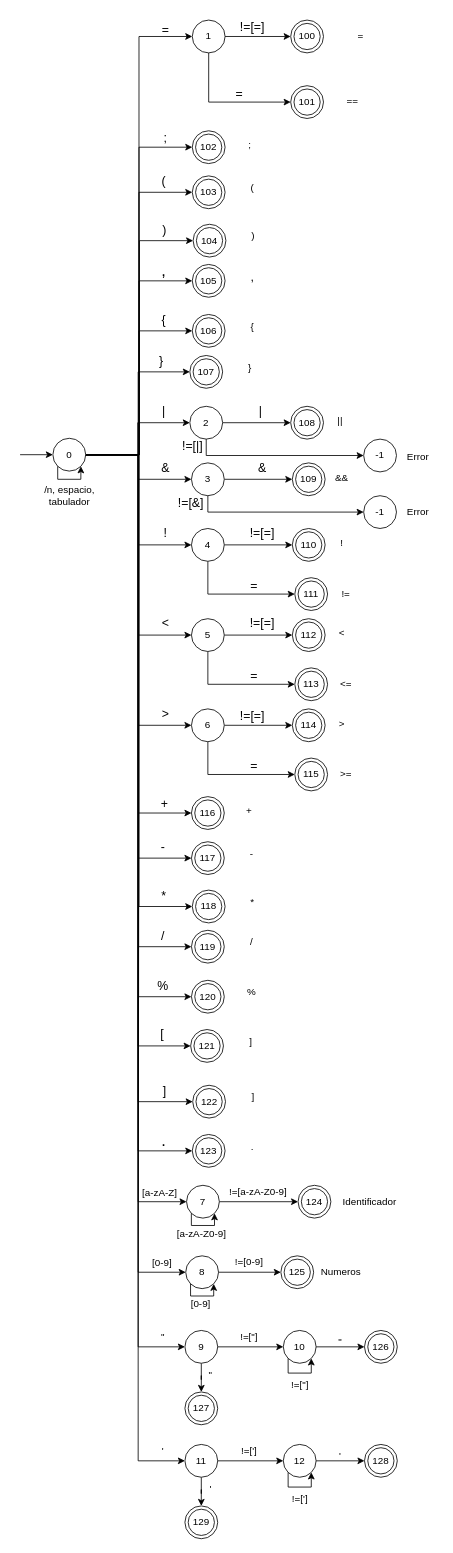
The draw.io diagram Documentos/AutomataLexico.drawio in AlejandroRdz29/Compiladores-AgoDic2025, before the edit. Source tidied: cells renumbered, new cells numbered last; positions are measured from the earlier drawing's top-left corner, leaving out a move shared by most shapes. Both pictures are drawn from the tidied source at 82%, with x=0, y=0 at pixel (20, 14).
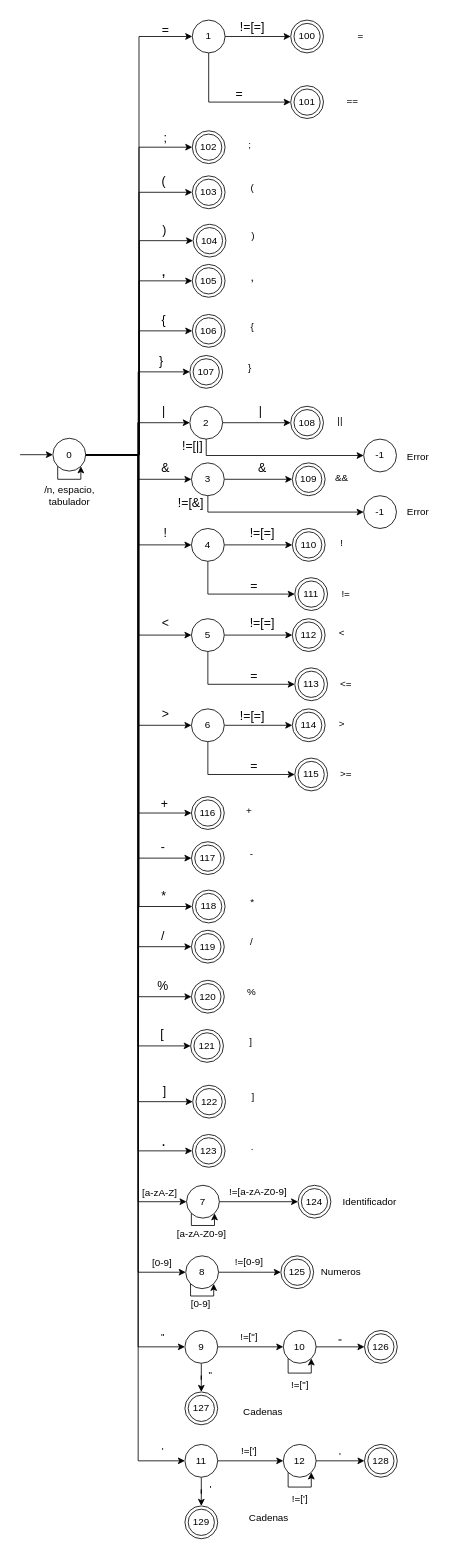
Above is the later version.

Commit message:
LigeroCambio - AutomataLexico

What changed in the source:
```diff
@@
+    <mxCell id="174" value="Cadenas" style="text;html=1;align=center;verticalAlign=middle;strokeColor=none;fillColor=none;" parent="1" vertex="1">
+      <mxGeometry x="261" y="1690" width="70" height="30" as="geometry" />
+    </mxCell>
+    <mxCell id="175" value="Cadenas" style="text;html=1;align=center;verticalAlign=middle;strokeColor=none;fillColor=none;" parent="1" vertex="1">
+      <mxGeometry x="268" y="1819" width="70" height="30" as="geometry" />
+    </mxCell>
```
